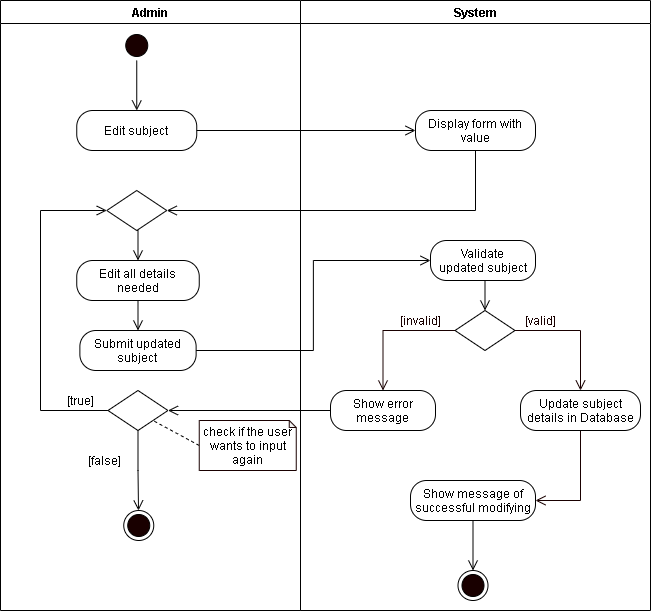
The draw.io diagram REVISIONS/UML-DIAGRAMS/6-9-2021/ACTIVITY DIAGRAM/14-Edit Subject.png in mrklglsn/CAPSTONE-FILES, before a commit. Source tidied: cells renumbered, new cells last; positions are measured from the earlier drawing's top-left corner, leaving out a move shared by most shapes. Its diagram source:
```xml
<mxGraphModel>
  <root>
    <mxCell id="0" />
    <mxCell id="1" parent="0" />
    <mxCell id="2" value="Admin" style="swimlane;startSize=23;" parent="1" vertex="1">
      <mxGeometry width="300" height="610" as="geometry" />
    </mxCell>
    <mxCell id="3" style="edgeStyle=orthogonalEdgeStyle;rounded=0;jettySize=auto;html=1;exitX=0.5;exitY=1;exitDx=0;exitDy=0;entryX=0.5;entryY=0;entryDx=0;entryDy=0;endArrow=open;endFill=0;endSize=8;" parent="2" edge="1" source="4">
      <mxGeometry relative="1" as="geometry">
        <mxPoint x="136.2" y="110" as="targetPoint" />
      </mxGeometry>
    </mxCell>
    <mxCell id="4" style="ellipse;html=1;shape=startState;fillColor=#190000;" parent="2" vertex="1">
      <mxGeometry x="121.2" y="30" width="30" height="30" as="geometry" />
    </mxCell>
    <mxCell id="5" value="Edit subject" style="rounded=1;whiteSpace=wrap;html=1;arcSize=40;" parent="2" vertex="1">
      <mxGeometry x="76.2" y="110" width="120" height="40" as="geometry" />
    </mxCell>
    <mxCell id="6" style="edgeStyle=orthogonalEdgeStyle;rounded=0;jettySize=auto;html=1;exitX=0.5;exitY=1;exitDx=0;exitDy=0;entryX=0.5;entryY=0;entryDx=0;entryDy=0;endArrow=open;endFill=0;endSize=8;" parent="2" edge="1" source="7" target="8">
      <mxGeometry relative="1" as="geometry" />
    </mxCell>
    <mxCell id="7" value="Edit all details needed" style="rounded=1;whiteSpace=wrap;html=1;arcSize=40;" parent="2" vertex="1">
      <mxGeometry x="76.2" y="260" width="122.5" height="40" as="geometry" />
    </mxCell>
    <mxCell id="8" value="Submit updated subject" style="rounded=1;whiteSpace=wrap;html=1;arcSize=40;" parent="2" vertex="1">
      <mxGeometry x="79.4" y="330" width="116.2" height="40" as="geometry" />
    </mxCell>
    <mxCell id="9" style="edgeStyle=orthogonalEdgeStyle;rounded=0;jettySize=auto;html=1;exitX=0.5;exitY=1;exitDx=0;exitDy=0;entryX=0.5;entryY=0;entryDx=0;entryDy=0;endArrow=open;endFill=0;endSize=8;" parent="2" edge="1" source="10" target="7">
      <mxGeometry relative="1" as="geometry" />
    </mxCell>
    <mxCell id="10" style="rhombus;whiteSpace=wrap;html=1;" parent="2" vertex="1">
      <mxGeometry x="106.2" y="190" width="60" height="40" as="geometry" />
    </mxCell>
    <mxCell id="11" style="edgeStyle=orthogonalEdgeStyle;rounded=0;jettySize=auto;html=1;exitX=0;exitY=0.5;exitDx=0;exitDy=0;entryX=0;entryY=0.5;entryDx=0;entryDy=0;endArrow=open;endFill=0;endSize=8;" parent="2" edge="1" source="13" target="10">
      <mxGeometry relative="1" as="geometry">
        <Array as="points">
          <mxPoint x="40" y="410" />
          <mxPoint x="40" y="210" />
        </Array>
      </mxGeometry>
    </mxCell>
    <mxCell id="12" style="edgeStyle=orthogonalEdgeStyle;rounded=0;jettySize=auto;html=1;exitX=0.5;exitY=1;exitDx=0;exitDy=0;endArrow=open;endFill=0;endSize=8;startArrow=none;" parent="2" edge="1" source="13">
      <mxGeometry relative="1" as="geometry">
        <mxPoint x="138" y="510" as="targetPoint" />
      </mxGeometry>
    </mxCell>
    <mxCell id="13" style="rhombus;whiteSpace=wrap;html=1;" parent="2" vertex="1">
      <mxGeometry x="107.5" y="390" width="60" height="40" as="geometry" />
    </mxCell>
    <mxCell id="14" value="[true]" style="text;html=1;align=center;verticalAlign=middle;strokeColor=none;" parent="2" vertex="1">
      <mxGeometry x="60" y="390" width="40" height="20" as="geometry" />
    </mxCell>
    <mxCell id="15" style="rounded=0;jettySize=auto;html=1;exitX=0;exitY=0.5;exitDx=0;exitDy=0;exitPerimeter=0;entryX=1;entryY=1;entryDx=0;entryDy=0;endArrow=none;endFill=0;endSize=8;dashed=1;" parent="2" edge="1" source="16" target="13">
      <mxGeometry relative="1" as="geometry" />
    </mxCell>
    <mxCell id="16" value="check if the user wants to input again" style="shape=note;whiteSpace=wrap;html=1;backgroundOutline=1;darkOpacity=0.05;strokeColor=#190000;size=7;" parent="2" vertex="1">
      <mxGeometry x="198.8" y="420" width="97" height="50" as="geometry" />
    </mxCell>
    <mxCell id="17" value="[false]" style="text;html=1;align=center;verticalAlign=middle;strokeColor=none;" parent="2" vertex="1">
      <mxGeometry x="79.4" y="450" width="50" height="20" as="geometry" />
    </mxCell>
    <mxCell id="18" style="ellipse;html=1;shape=endState;fillColor=#190000;" parent="2" vertex="1">
      <mxGeometry x="123.2" y="510" width="30" height="30" as="geometry" />
    </mxCell>
    <mxCell id="19" value="System" style="swimlane;" parent="1" vertex="1">
      <mxGeometry x="300" width="350" height="610" as="geometry" />
    </mxCell>
    <mxCell id="20" value="Validate updated&amp;nbsp;subject" style="rounded=1;whiteSpace=wrap;html=1;arcSize=40;" parent="19" vertex="1">
      <mxGeometry x="130" y="240" width="105" height="40" as="geometry" />
    </mxCell>
    <mxCell id="21" style="rhombus;whiteSpace=wrap;html=1;" parent="19" vertex="1">
      <mxGeometry x="154.5" y="310" width="60" height="40" as="geometry" />
    </mxCell>
    <mxCell id="22" style="edgeStyle=orthogonalEdgeStyle;rounded=0;jettySize=auto;html=1;exitX=0.5;exitY=1;exitDx=0;exitDy=0;entryX=0.5;entryY=0;entryDx=0;entryDy=0;endArrow=open;endFill=0;endSize=8;" parent="19" edge="1" source="20" target="21">
      <mxGeometry relative="1" as="geometry" />
    </mxCell>
    <mxCell id="23" value="&lt;font color=&quot;#190000&quot;&gt;[valid]&lt;/font&gt;" style="text;html=1;align=center;verticalAlign=middle;strokeColor=none;fontColor=#FFFFFF;" parent="19" vertex="1">
      <mxGeometry x="214.5" y="310" width="50" height="20" as="geometry" />
    </mxCell>
    <mxCell id="24" value="&lt;font color=&quot;#190000&quot;&gt;[invalid]&lt;/font&gt;" style="text;html=1;align=center;verticalAlign=middle;strokeColor=none;fontColor=#FFFFFF;" parent="19" vertex="1">
      <mxGeometry x="90" y="310" width="60" height="20" as="geometry" />
    </mxCell>
    <mxCell id="25" value="Show error message" style="rounded=1;whiteSpace=wrap;html=1;arcSize=40;" parent="19" vertex="1">
      <mxGeometry x="30" y="390" width="105" height="40" as="geometry" />
    </mxCell>
    <mxCell id="26" style="edgeStyle=orthogonalEdgeStyle;rounded=0;jettySize=auto;html=1;exitX=0.5;exitY=1;exitDx=0;exitDy=0;entryX=1;entryY=0.5;entryDx=0;entryDy=0;fontColor=#FFFFFF;endArrow=open;endFill=0;endSize=8;strokeColor=#190000;" parent="19" edge="1" source="27" target="31">
      <mxGeometry relative="1" as="geometry" />
    </mxCell>
    <mxCell id="27" value="Update subject details in Database" style="rounded=1;whiteSpace=wrap;html=1;arcSize=40;" parent="19" vertex="1">
      <mxGeometry x="220" y="390" width="120" height="40" as="geometry" />
    </mxCell>
    <mxCell id="28" style="edgeStyle=orthogonalEdgeStyle;rounded=0;jettySize=auto;html=1;exitX=0;exitY=0.5;exitDx=0;exitDy=0;fontColor=#FFFFFF;endArrow=open;endFill=0;endSize=8;strokeColor=#190000;entryX=0.5;entryY=0;entryDx=0;entryDy=0;" parent="19" edge="1" source="21" target="25">
      <mxGeometry relative="1" as="geometry" />
    </mxCell>
    <mxCell id="29" style="edgeStyle=orthogonalEdgeStyle;rounded=0;jettySize=auto;html=1;exitX=1;exitY=0.5;exitDx=0;exitDy=0;fontColor=#FFFFFF;endArrow=open;endFill=0;endSize=8;strokeColor=#190000;entryX=0.5;entryY=0;entryDx=0;entryDy=0;" parent="19" edge="1" source="21" target="27">
      <mxGeometry relative="1" as="geometry" />
    </mxCell>
    <mxCell id="30" style="edgeStyle=orthogonalEdgeStyle;rounded=0;jettySize=auto;html=1;exitX=0.5;exitY=1;exitDx=0;exitDy=0;entryX=0.5;entryY=0;entryDx=0;entryDy=0;endArrow=open;endFill=0;endSize=8;" parent="19" edge="1" source="31" target="33">
      <mxGeometry relative="1" as="geometry" />
    </mxCell>
    <mxCell id="31" value="Show message of successful modifying" style="rounded=1;whiteSpace=wrap;html=1;arcSize=40;" parent="19" vertex="1">
      <mxGeometry x="110" y="480" width="125" height="40" as="geometry" />
    </mxCell>
    <mxCell id="32" value="Display form with value" style="rounded=1;whiteSpace=wrap;html=1;arcSize=40;" parent="19" vertex="1">
      <mxGeometry x="115" y="110" width="120" height="40" as="geometry" />
    </mxCell>
    <mxCell id="33" style="ellipse;html=1;shape=endState;fillColor=#190000;" parent="19" vertex="1">
      <mxGeometry x="157.5" y="570" width="30" height="30" as="geometry" />
    </mxCell>
    <mxCell id="34" style="edgeStyle=orthogonalEdgeStyle;rounded=0;jettySize=auto;html=1;exitX=1;exitY=0.5;exitDx=0;exitDy=0;endArrow=open;endFill=0;endSize=8;entryX=0;entryY=0.5;entryDx=0;entryDy=0;" parent="1" edge="1" source="5" target="32">
      <mxGeometry relative="1" as="geometry" />
    </mxCell>
    <mxCell id="35" style="edgeStyle=orthogonalEdgeStyle;rounded=0;jettySize=auto;html=1;exitX=0.5;exitY=1;exitDx=0;exitDy=0;endArrow=open;endFill=0;endSize=8;entryX=1;entryY=0.5;entryDx=0;entryDy=0;" parent="1" edge="1" source="32" target="10">
      <mxGeometry relative="1" as="geometry" />
    </mxCell>
    <mxCell id="36" style="edgeStyle=orthogonalEdgeStyle;rounded=0;jettySize=auto;html=1;exitX=1;exitY=0.5;exitDx=0;exitDy=0;entryX=0;entryY=0.5;entryDx=0;entryDy=0;endArrow=open;endFill=0;endSize=8;" parent="1" edge="1" source="8" target="20">
      <mxGeometry relative="1" as="geometry" />
    </mxCell>
    <mxCell id="37" style="edgeStyle=orthogonalEdgeStyle;rounded=0;jettySize=auto;html=1;exitX=0;exitY=0.5;exitDx=0;exitDy=0;entryX=1;entryY=0.5;entryDx=0;entryDy=0;endArrow=open;endFill=0;endSize=8;" parent="1" edge="1" source="25" target="13">
      <mxGeometry relative="1" as="geometry" />
    </mxCell>
  </root>
</mxGraphModel>
```
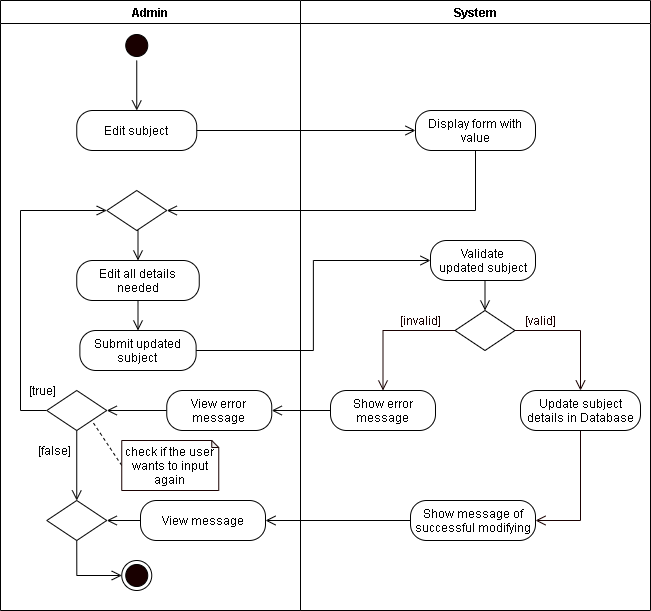
The same file after the commit.

What changed in the source:
```diff
@@ -34,34 +34,50 @@
     <mxCell id="11" style="edgeStyle=orthogonalEdgeStyle;rounded=0;jettySize=auto;html=1;exitX=0;exitY=0.5;exitDx=0;exitDy=0;entryX=0;entryY=0.5;entryDx=0;entryDy=0;endArrow=open;endFill=0;endSize=8;" parent="2" edge="1" source="13" target="10">
       <mxGeometry relative="1" as="geometry">
         <Array as="points">
-          <mxPoint x="40" y="410" />
-          <mxPoint x="40" y="210" />
+          <mxPoint x="20" y="410" />
+          <mxPoint x="20" y="210" />
         </Array>
       </mxGeometry>
     </mxCell>
-    <mxCell id="12" style="edgeStyle=orthogonalEdgeStyle;rounded=0;jettySize=auto;html=1;exitX=0.5;exitY=1;exitDx=0;exitDy=0;endArrow=open;endFill=0;endSize=8;startArrow=none;" parent="2" edge="1" source="13">
-      <mxGeometry relative="1" as="geometry">
-        <mxPoint x="138" y="510" as="targetPoint" />
-      </mxGeometry>
+    <mxCell id="12" style="edgeStyle=orthogonalEdgeStyle;rounded=0;jettySize=auto;html=1;exitX=0.5;exitY=1;exitDx=0;exitDy=0;endArrow=open;endFill=0;endSize=8;startArrow=none;entryX=0.5;entryY=0;entryDx=0;entryDy=0;" parent="2" edge="1" source="13" target="43">
+      <mxGeometry relative="1" as="geometry" />
     </mxCell>
     <mxCell id="13" style="rhombus;whiteSpace=wrap;html=1;" parent="2" vertex="1">
-      <mxGeometry x="107.5" y="390" width="60" height="40" as="geometry" />
+      <mxGeometry x="46.3" y="390" width="60" height="40" as="geometry" />
     </mxCell>
     <mxCell id="14" value="[true]" style="text;html=1;align=center;verticalAlign=middle;strokeColor=none;" parent="2" vertex="1">
-      <mxGeometry x="60" y="390" width="40" height="20" as="geometry" />
+      <mxGeometry x="22" y="380" width="40" height="20" as="geometry" />
     </mxCell>
     <mxCell id="15" style="rounded=0;jettySize=auto;html=1;exitX=0;exitY=0.5;exitDx=0;exitDy=0;exitPerimeter=0;entryX=1;entryY=1;entryDx=0;entryDy=0;endArrow=none;endFill=0;endSize=8;dashed=1;" parent="2" edge="1" source="16" target="13">
       <mxGeometry relative="1" as="geometry" />
     </mxCell>
     <mxCell id="16" value="check if the user wants to input again" style="shape=note;whiteSpace=wrap;html=1;backgroundOutline=1;darkOpacity=0.05;strokeColor=#190000;size=7;" parent="2" vertex="1">
-      <mxGeometry x="198.8" y="420" width="97" height="50" as="geometry" />
+      <mxGeometry x="121.2" y="440" width="97" height="50" as="geometry" />
     </mxCell>
     <mxCell id="17" value="[false]" style="text;html=1;align=center;verticalAlign=middle;strokeColor=none;" parent="2" vertex="1">
-      <mxGeometry x="79.4" y="450" width="50" height="20" as="geometry" />
+      <mxGeometry x="29.4" y="440" width="50" height="20" as="geometry" />
     </mxCell>
     <mxCell id="18" style="ellipse;html=1;shape=endState;fillColor=#190000;" parent="2" vertex="1">
-      <mxGeometry x="123.2" y="510" width="30" height="30" as="geometry" />
+      <mxGeometry x="121.2" y="560" width="30" height="30" as="geometry" />
     </mxCell>
+    <mxCell id="38" style="edgeStyle=orthogonalEdgeStyle;rounded=0;jettySize=auto;html=1;exitX=0;exitY=0.5;exitDx=0;exitDy=0;endArrow=open;endFill=0;endSize=8;" parent="2" edge="1" source="39" target="13">
+      <mxGeometry relative="1" as="geometry" />
+    </mxCell>
+    <mxCell id="39" value="View error message" style="rounded=1;whiteSpace=wrap;html=1;arcSize=40;" parent="2" vertex="1">
+      <mxGeometry x="166.2" y="390" width="105" height="40" as="geometry" />
+    </mxCell>
+    <mxCell id="40" style="edgeStyle=orthogonalEdgeStyle;rounded=0;jettySize=auto;html=1;exitX=0;exitY=0.5;exitDx=0;exitDy=0;entryX=1;entryY=0.5;entryDx=0;entryDy=0;endArrow=open;endFill=0;endSize=8;" parent="2" edge="1" source="41" target="43">
+      <mxGeometry relative="1" as="geometry" />
+    </mxCell>
+    <mxCell id="41" value="View message" style="rounded=1;whiteSpace=wrap;html=1;arcSize=40;" parent="2" vertex="1">
+      <mxGeometry x="140" y="500" width="125" height="40" as="geometry" />
+    </mxCell>
+    <mxCell id="42" style="edgeStyle=orthogonalEdgeStyle;rounded=0;jettySize=auto;html=1;exitX=0.5;exitY=1;exitDx=0;exitDy=0;entryX=0;entryY=0.5;entryDx=0;entryDy=0;endArrow=open;endFill=0;endSize=8;" parent="2" edge="1" source="43" target="18">
+      <mxGeometry relative="1" as="geometry" />
+    </mxCell>
+    <mxCell id="43" style="rhombus;whiteSpace=wrap;html=1;" parent="2" vertex="1">
+      <mxGeometry x="46.2" y="500" width="60" height="40" as="geometry" />
+    </mxCell>
     <mxCell id="19" value="System" style="swimlane;" parent="1" vertex="1">
       <mxGeometry x="300" width="350" height="610" as="geometry" />
     </mxCell>
@@ -95,18 +111,12 @@
     <mxCell id="29" style="edgeStyle=orthogonalEdgeStyle;rounded=0;jettySize=auto;html=1;exitX=1;exitY=0.5;exitDx=0;exitDy=0;fontColor=#FFFFFF;endArrow=open;endFill=0;endSize=8;strokeColor=#190000;entryX=0.5;entryY=0;entryDx=0;entryDy=0;" parent="19" edge="1" source="21" target="27">
       <mxGeometry relative="1" as="geometry" />
     </mxCell>
-    <mxCell id="30" style="edgeStyle=orthogonalEdgeStyle;rounded=0;jettySize=auto;html=1;exitX=0.5;exitY=1;exitDx=0;exitDy=0;entryX=0.5;entryY=0;entryDx=0;entryDy=0;endArrow=open;endFill=0;endSize=8;" parent="19" edge="1" source="31" target="33">
-      <mxGeometry relative="1" as="geometry" />
-    </mxCell>
     <mxCell id="31" value="Show message of successful modifying" style="rounded=1;whiteSpace=wrap;html=1;arcSize=40;" parent="19" vertex="1">
-      <mxGeometry x="110" y="480" width="125" height="40" as="geometry" />
+      <mxGeometry x="110" y="500" width="125" height="40" as="geometry" />
     </mxCell>
     <mxCell id="32" value="Display form with value" style="rounded=1;whiteSpace=wrap;html=1;arcSize=40;" parent="19" vertex="1">
       <mxGeometry x="115" y="110" width="120" height="40" as="geometry" />
     </mxCell>
-    <mxCell id="33" style="ellipse;html=1;shape=endState;fillColor=#190000;" parent="19" vertex="1">
-      <mxGeometry x="157.5" y="570" width="30" height="30" as="geometry" />
-    </mxCell>
     <mxCell id="34" style="edgeStyle=orthogonalEdgeStyle;rounded=0;jettySize=auto;html=1;exitX=1;exitY=0.5;exitDx=0;exitDy=0;endArrow=open;endFill=0;endSize=8;entryX=0;entryY=0.5;entryDx=0;entryDy=0;" parent="1" edge="1" source="5" target="32">
       <mxGeometry relative="1" as="geometry" />
     </mxCell>
@@ -116,8 +126,11 @@
     <mxCell id="36" style="edgeStyle=orthogonalEdgeStyle;rounded=0;jettySize=auto;html=1;exitX=1;exitY=0.5;exitDx=0;exitDy=0;entryX=0;entryY=0.5;entryDx=0;entryDy=0;endArrow=open;endFill=0;endSize=8;" parent="1" edge="1" source="8" target="20">
       <mxGeometry relative="1" as="geometry" />
     </mxCell>
-    <mxCell id="37" style="edgeStyle=orthogonalEdgeStyle;rounded=0;jettySize=auto;html=1;exitX=0;exitY=0.5;exitDx=0;exitDy=0;entryX=1;entryY=0.5;entryDx=0;entryDy=0;endArrow=open;endFill=0;endSize=8;" parent="1" edge="1" source="25" target="13">
+    <mxCell id="37" style="edgeStyle=orthogonalEdgeStyle;rounded=0;jettySize=auto;html=1;exitX=0;exitY=0.5;exitDx=0;exitDy=0;entryX=1;entryY=0.5;entryDx=0;entryDy=0;endArrow=open;endFill=0;endSize=8;" parent="1" edge="1" source="25" target="39">
       <mxGeometry relative="1" as="geometry" />
     </mxCell>
+    <mxCell id="44" style="edgeStyle=orthogonalEdgeStyle;rounded=0;jettySize=auto;html=1;exitX=0;exitY=0.5;exitDx=0;exitDy=0;endArrow=open;endFill=0;endSize=8;" parent="1" edge="1" source="31" target="41">
+      <mxGeometry relative="1" as="geometry" />
+    </mxCell>
   </root>
 </mxGraphModel>
```
